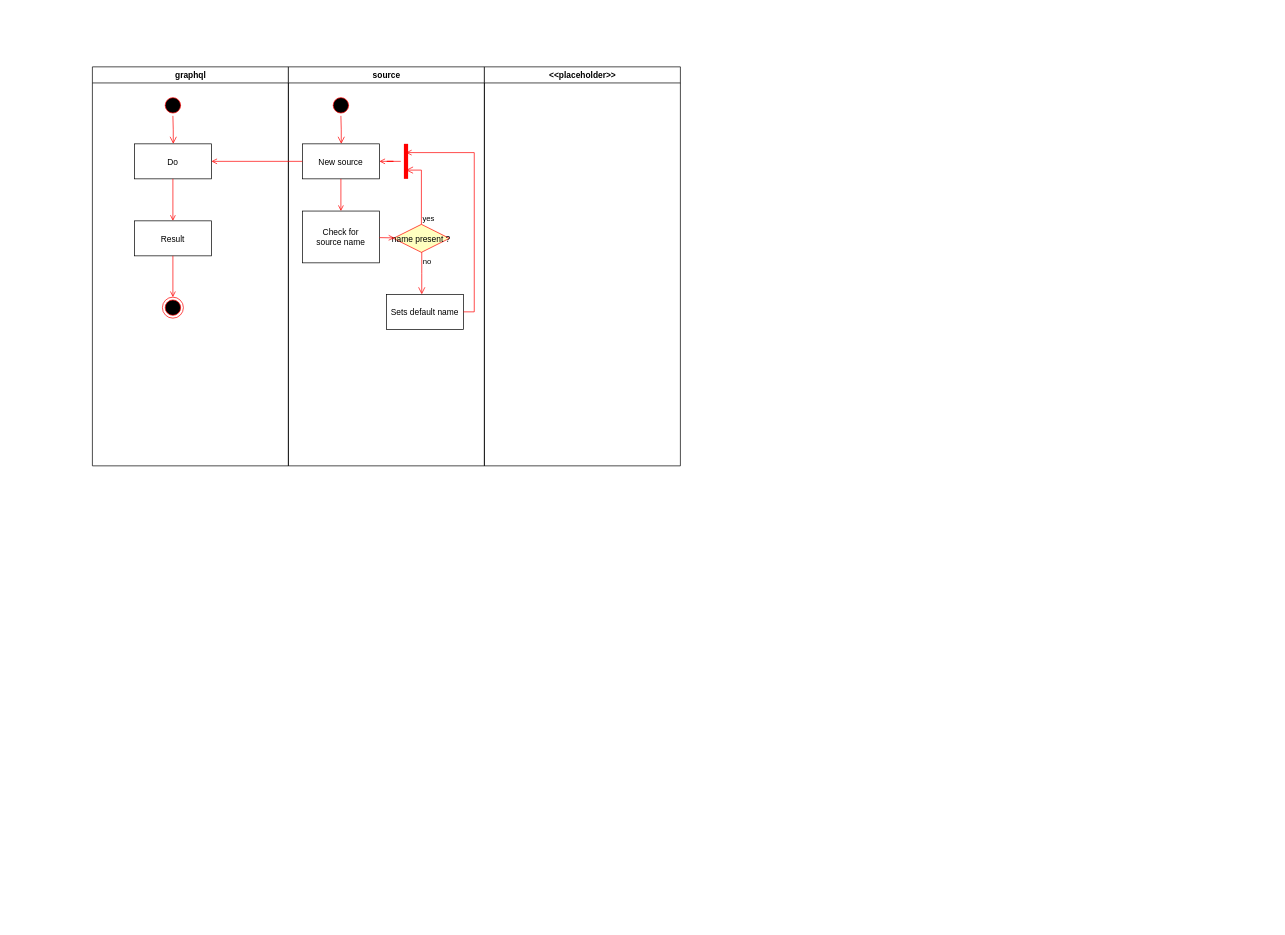
chris-ramon/thesis-graphql-go keeps this draw.io diagram as architecture/uml/activity/graphql-graphql-go-architecture-activity.drawio. Above is the earlier version. Source tidied: cells renumbered, new cells numbered last; positions are measured from the earlier drawing's top-left corner, leaving out a move shared by most shapes. Both pictures are drawn from the tidied source at 70%, with x=0, y=0 at pixel (92, 66).
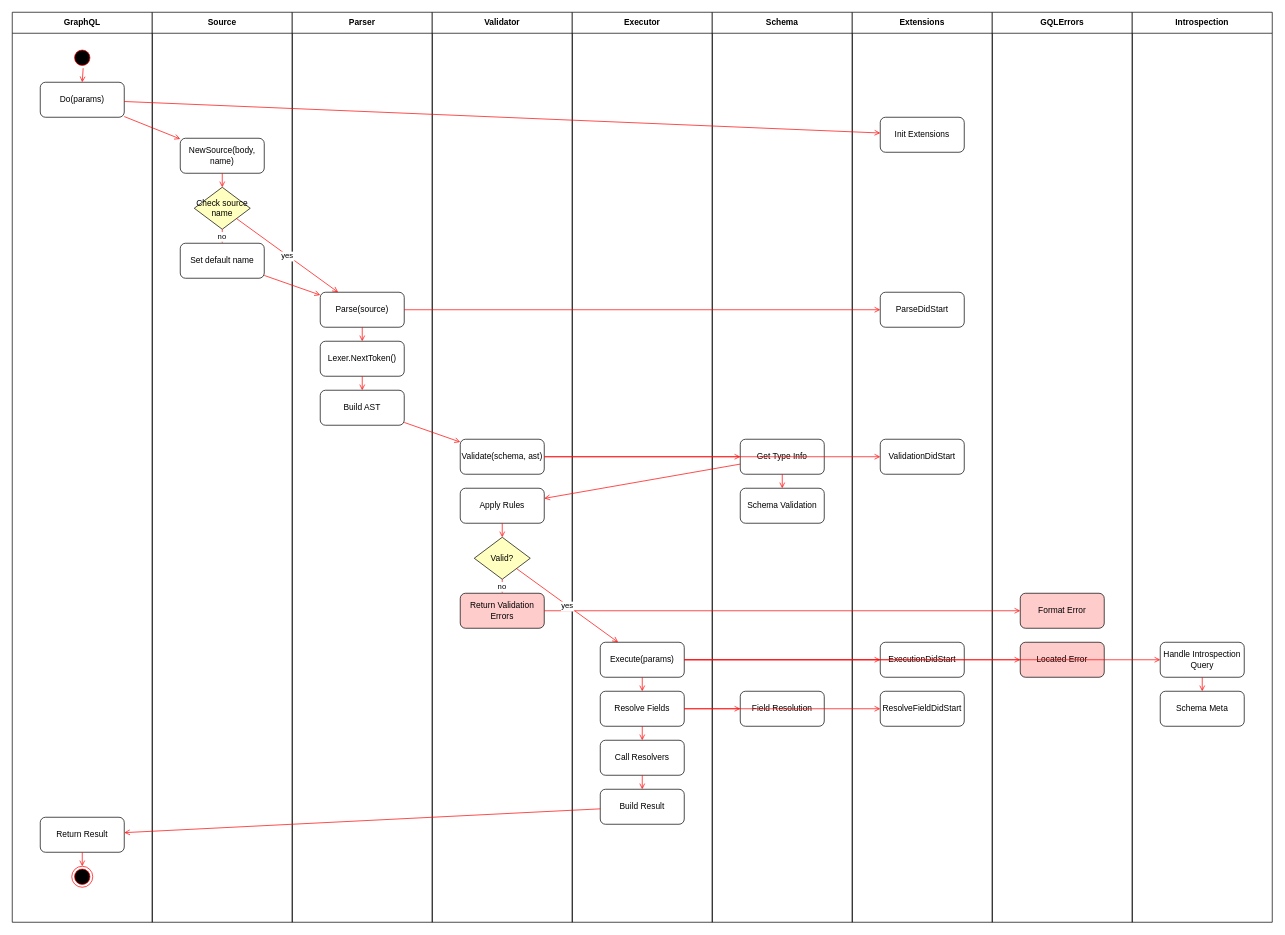
The same page after the edit.

Commit message:
Complete UML activity architecture diagram with all GraphQL components

Diff of the diagram source:
```diff
@@
-    <mxCell id="2" value="graphql" style="swimlane;whiteSpace=wrap;" parent="1" vertex="1">
-      <mxGeometry x="0.5" width="280" height="570" as="geometry" />
-    </mxCell>
-    <mxCell id="3" style="ellipse;shape=startState;fillColor=#000000;strokeColor=#ff0000;" parent="2" vertex="1">
-      <mxGeometry x="100" y="40" width="30" height="30" as="geometry" />
-    </mxCell>
-    <mxCell id="4" style="edgeStyle=elbowEdgeStyle;elbow=horizontal;verticalAlign=bottom;endArrow=open;endSize=8;strokeColor=#FF0000;endFill=1;rounded=0;" parent="2" edge="1" source="3" target="5">
-      <mxGeometry x="100" y="40" as="geometry" />
-    </mxCell>
-    <mxCell id="5" value="Do" parent="2" vertex="1">
-      <mxGeometry x="60" y="110" width="110" height="50" as="geometry" />
-    </mxCell>
-    <mxCell id="6" value="Result" parent="2" vertex="1">
-      <mxGeometry x="60" y="220" width="110" height="50" as="geometry" />
-    </mxCell>
-    <mxCell id="7" style="endArrow=open;strokeColor=#FF0000;endFill=1;rounded=0;" parent="2" edge="1" source="5" target="6">
-      <mxGeometry relative="1" as="geometry" />
-    </mxCell>
-    <mxCell id="8" style="ellipse;shape=endState;fillColor=#000000;strokeColor=#ff0000;" parent="2" vertex="1">
-      <mxGeometry x="100" y="329" width="30" height="30" as="geometry" />
-    </mxCell>
-    <mxCell id="9" style="endArrow=open;strokeColor=#FF0000;endFill=1;rounded=0;exitX=0.5;exitY=1;exitDx=0;exitDy=0;" parent="2" edge="1" source="6" target="8">
-      <mxGeometry relative="1" as="geometry" />
-    </mxCell>
-    <mxCell id="10" value="source" style="swimlane;whiteSpace=wrap;startSize=23;" parent="1" vertex="1">
-      <mxGeometry x="280.5" width="280" height="570" as="geometry" />
-    </mxCell>
-    <mxCell id="11" style="ellipse;shape=startState;fillColor=#000000;strokeColor=#ff0000;" parent="10" vertex="1">
-      <mxGeometry x="60" y="40" width="30" height="30" as="geometry" />
-    </mxCell>
-    <mxCell id="12" style="edgeStyle=elbowEdgeStyle;elbow=horizontal;verticalAlign=bottom;endArrow=open;endSize=8;strokeColor=#FF0000;endFill=1;rounded=0;" parent="10" edge="1" source="11" target="13">
-      <mxGeometry x="40" y="20" as="geometry" />
-    </mxCell>
-    <mxCell id="13" value="New source" parent="10" vertex="1">
-      <mxGeometry x="20" y="110" width="110" height="50" as="geometry" />
-    </mxCell>
-    <mxCell id="14" value="Check for&#10;source name" style="direction=south;" parent="10" vertex="1">
-      <mxGeometry x="20" y="206" width="110" height="74" as="geometry" />
-    </mxCell>
-    <mxCell id="15" style="endArrow=open;strokeColor=#FF0000;endFill=1;rounded=0;" parent="10" edge="1" source="13" target="14">
-      <mxGeometry relative="1" as="geometry" />
-    </mxCell>
-    <mxCell id="16" value="name present ?" style="rhombus;fillColor=#ffffc0;strokeColor=#ff0000;" parent="10" vertex="1">
-      <mxGeometry x="150" y="225" width="80" height="40" as="geometry" />
-    </mxCell>
-    <mxCell id="17" value="no" style="edgeStyle=elbowEdgeStyle;elbow=horizontal;align=left;verticalAlign=top;endArrow=open;endSize=8;strokeColor=#FF0000;endFill=1;rounded=0;" parent="10" edge="1" source="16" target="19">
-      <mxGeometry x="-1" relative="1" as="geometry" />
-    </mxCell>
-    <mxCell id="18" style="endArrow=open;strokeColor=#FF0000;endFill=1;rounded=0;" parent="10" edge="1" source="14" target="16">
-      <mxGeometry relative="1" as="geometry" />
-    </mxCell>
-    <mxCell id="19" value="Sets default name" parent="10" vertex="1">
-      <mxGeometry x="140" y="325" width="110" height="50" as="geometry" />
-    </mxCell>
-    <mxCell id="20" value="&lt;&lt;placeholder&gt;&gt;" style="swimlane;whiteSpace=wrap;" parent="1" vertex="1">
-      <mxGeometry x="560.5" width="280" height="570" as="geometry" />
-    </mxCell>
-    <mxCell id="21" style="endArrow=open;strokeColor=#FF0000;endFill=1;rounded=0;entryX=1;entryY=0.5;entryDx=0;entryDy=0;exitX=0;exitY=0.5;exitDx=0;exitDy=0;" parent="1" edge="1" source="13" target="5">
-      <mxGeometry relative="1" as="geometry" />
-    </mxCell>
-    <mxCell id="22" value="yes" style="edgeStyle=elbowEdgeStyle;elbow=horizontal;align=left;verticalAlign=bottom;endArrow=open;endSize=8;strokeColor=#FF0000;exitX=0.5;exitY=0;endFill=1;rounded=0;entryX=0.75;entryY=0.5;entryDx=0;entryDy=0;entryPerimeter=0;" parent="1" edge="1" target="24">
-      <mxGeometry x="-1" relative="1" as="geometry">
-        <mxPoint x="470.5" y="225" as="sourcePoint" />
-        <Array as="points">
-          <mxPoint x="470.5" y="180" />
-        </Array>
-      </mxGeometry>
-    </mxCell>
-    <mxCell id="23" style="edgeStyle=orthogonalEdgeStyle;rounded=0;jettySize=auto;html=1;strokeColor=#FF0000;endArrow=open;endFill=0;" parent="1" edge="1" source="24" target="13">
-      <mxGeometry relative="1" as="geometry" />
-    </mxCell>
-    <mxCell id="24" style="shape=line;strokeWidth=6;strokeColor=#ff0000;rotation=90;" parent="1" vertex="1">
-      <mxGeometry x="423.5" y="127.5" width="50" height="15" as="geometry" />
-    </mxCell>
-    <mxCell id="25" style="edgeStyle=orthogonalEdgeStyle;rounded=0;jettySize=auto;html=1;endArrow=open;endFill=0;strokeColor=#FF0000;entryX=0.25;entryY=0.5;entryDx=0;entryDy=0;entryPerimeter=0;" parent="1" edge="1" source="19" target="24">
-      <mxGeometry relative="1" as="geometry">
-        <Array as="points">
-          <mxPoint x="546" y="350" />
-          <mxPoint x="546" y="122" />
-        </Array>
-      </mxGeometry>
-    </mxCell>
+    <mxCell id="26" value="GraphQL" style="swimlane;whiteSpace=wrap;startSize=30;" parent="1" vertex="1">
+      <mxGeometry x="-114" y="-78" width="200" height="1300" as="geometry" />
+    </mxCell>
+    <mxCell id="27" style="ellipse;shape=startState;fillColor=#000000;strokeColor=#ff0000;" parent="26" vertex="1">
+      <mxGeometry x="85" y="50" width="30" height="30" as="geometry" />
+    </mxCell>
+    <mxCell id="28" value="Do(params)" style="rounded=1;whiteSpace=wrap;html=1;" parent="26" vertex="1">
+      <mxGeometry x="40" y="100" width="120" height="50" as="geometry" />
+    </mxCell>
+    <mxCell id="29" value="Return Result" style="rounded=1;whiteSpace=wrap;html=1;" parent="26" vertex="1">
+      <mxGeometry x="40" y="1150" width="120" height="50" as="geometry" />
+    </mxCell>
+    <mxCell id="30" style="ellipse;shape=endState;fillColor=#000000;strokeColor=#ff0000;" parent="26" vertex="1">
+      <mxGeometry x="85" y="1220" width="30" height="30" as="geometry" />
+    </mxCell>
+    <mxCell id="31" value="Source" style="swimlane;whiteSpace=wrap;startSize=30;" parent="1" vertex="1">
+      <mxGeometry x="86" y="-78" width="200" height="1300" as="geometry" />
+    </mxCell>
+    <mxCell id="32" value="NewSource(body, name)" style="rounded=1;whiteSpace=wrap;html=1;" parent="31" vertex="1">
+      <mxGeometry x="40" y="180" width="120" height="50" as="geometry" />
+    </mxCell>
+    <mxCell id="33" value="Check source name" style="rhombus;whiteSpace=wrap;html=1;fillColor=#ffffc0;" parent="31" vertex="1">
+      <mxGeometry x="60" y="250" width="80" height="60" as="geometry" />
+    </mxCell>
+    <mxCell id="34" value="Set default name" style="rounded=1;whiteSpace=wrap;html=1;" parent="31" vertex="1">
+      <mxGeometry x="40" y="330" width="120" height="50" as="geometry" />
+    </mxCell>
+    <mxCell id="35" value="Parser" style="swimlane;whiteSpace=wrap;startSize=30;" parent="1" vertex="1">
+      <mxGeometry x="286" y="-78" width="200" height="1300" as="geometry" />
+    </mxCell>
+    <mxCell id="36" value="Parse(source)" style="rounded=1;whiteSpace=wrap;html=1;" parent="35" vertex="1">
+      <mxGeometry x="40" y="400" width="120" height="50" as="geometry" />
+    </mxCell>
+    <mxCell id="37" value="Lexer.NextToken()" style="rounded=1;whiteSpace=wrap;html=1;" parent="35" vertex="1">
+      <mxGeometry x="40" y="470" width="120" height="50" as="geometry" />
+    </mxCell>
+    <mxCell id="38" value="Build AST" style="rounded=1;whiteSpace=wrap;html=1;" parent="35" vertex="1">
+      <mxGeometry x="40" y="540" width="120" height="50" as="geometry" />
+    </mxCell>
+    <mxCell id="39" value="Validator" style="swimlane;whiteSpace=wrap;startSize=30;" parent="1" vertex="1">
+      <mxGeometry x="486" y="-78" width="200" height="1300" as="geometry" />
+    </mxCell>
+    <mxCell id="40" value="Validate(schema, ast)" style="rounded=1;whiteSpace=wrap;html=1;" parent="39" vertex="1">
+      <mxGeometry x="40" y="610" width="120" height="50" as="geometry" />
+    </mxCell>
+    <mxCell id="41" value="Apply Rules" style="rounded=1;whiteSpace=wrap;html=1;" parent="39" vertex="1">
+      <mxGeometry x="40" y="680" width="120" height="50" as="geometry" />
+    </mxCell>
+    <mxCell id="42" value="Valid?" style="rhombus;whiteSpace=wrap;html=1;fillColor=#ffffc0;" parent="39" vertex="1">
+      <mxGeometry x="60" y="750" width="80" height="60" as="geometry" />
+    </mxCell>
+    <mxCell id="43" value="Return Validation Errors" style="rounded=1;whiteSpace=wrap;html=1;fillColor=#ffcccc;" parent="39" vertex="1">
+      <mxGeometry x="40" y="830" width="120" height="50" as="geometry" />
+    </mxCell>
+    <mxCell id="44" value="Executor" style="swimlane;whiteSpace=wrap;startSize=30;" parent="1" vertex="1">
+      <mxGeometry x="686" y="-78" width="200" height="1300" as="geometry" />
+    </mxCell>
+    <mxCell id="45" value="Execute(params)" style="rounded=1;whiteSpace=wrap;html=1;" parent="44" vertex="1">
+      <mxGeometry x="40" y="900" width="120" height="50" as="geometry" />
+    </mxCell>
+    <mxCell id="46" value="Resolve Fields" style="rounded=1;whiteSpace=wrap;html=1;" parent="44" vertex="1">
+      <mxGeometry x="40" y="970" width="120" height="50" as="geometry" />
+    </mxCell>
+    <mxCell id="47" value="Call Resolvers" style="rounded=1;whiteSpace=wrap;html=1;" parent="44" vertex="1">
+      <mxGeometry x="40" y="1040" width="120" height="50" as="geometry" />
+    </mxCell>
+    <mxCell id="48" value="Build Result" style="rounded=1;whiteSpace=wrap;html=1;" parent="44" vertex="1">
+      <mxGeometry x="40" y="1110" width="120" height="50" as="geometry" />
+    </mxCell>
+    <mxCell id="49" value="Schema" style="swimlane;whiteSpace=wrap;startSize=30;" parent="1" vertex="1">
+      <mxGeometry x="886" y="-78" width="200" height="1300" as="geometry" />
+    </mxCell>
+    <mxCell id="50" value="Get Type Info" style="rounded=1;whiteSpace=wrap;html=1;" parent="49" vertex="1">
+      <mxGeometry x="40" y="610" width="120" height="50" as="geometry" />
+    </mxCell>
+    <mxCell id="51" value="Schema Validation" style="rounded=1;whiteSpace=wrap;html=1;" parent="49" vertex="1">
+      <mxGeometry x="40" y="680" width="120" height="50" as="geometry" />
+    </mxCell>
+    <mxCell id="52" value="Field Resolution" style="rounded=1;whiteSpace=wrap;html=1;" parent="49" vertex="1">
+      <mxGeometry x="40" y="970" width="120" height="50" as="geometry" />
+    </mxCell>
+    <mxCell id="53" value="Extensions" style="swimlane;whiteSpace=wrap;startSize=30;" parent="1" vertex="1">
+      <mxGeometry x="1086" y="-78" width="200" height="1300" as="geometry" />
+    </mxCell>
+    <mxCell id="54" value="Init Extensions" style="rounded=1;whiteSpace=wrap;html=1;" parent="53" vertex="1">
+      <mxGeometry x="40" y="150" width="120" height="50" as="geometry" />
+    </mxCell>
+    <mxCell id="55" value="ParseDidStart" style="rounded=1;whiteSpace=wrap;html=1;" parent="53" vertex="1">
+      <mxGeometry x="40" y="400" width="120" height="50" as="geometry" />
+    </mxCell>
+    <mxCell id="56" value="ValidationDidStart" style="rounded=1;whiteSpace=wrap;html=1;" parent="53" vertex="1">
+      <mxGeometry x="40" y="610" width="120" height="50" as="geometry" />
+    </mxCell>
+    <mxCell id="57" value="ExecutionDidStart" style="rounded=1;whiteSpace=wrap;html=1;" parent="53" vertex="1">
+      <mxGeometry x="40" y="900" width="120" height="50" as="geometry" />
+    </mxCell>
+    <mxCell id="58" value="ResolveFieldDidStart" style="rounded=1;whiteSpace=wrap;html=1;" parent="53" vertex="1">
+      <mxGeometry x="40" y="970" width="120" height="50" as="geometry" />
+    </mxCell>
+    <mxCell id="59" value="GQLErrors" style="swimlane;whiteSpace=wrap;startSize=30;" parent="1" vertex="1">
+      <mxGeometry x="1286" y="-78" width="200" height="1300" as="geometry" />
+    </mxCell>
+    <mxCell id="60" value="Format Error" style="rounded=1;whiteSpace=wrap;html=1;fillColor=#ffcccc;" parent="59" vertex="1">
+      <mxGeometry x="40" y="830" width="120" height="50" as="geometry" />
+    </mxCell>
+    <mxCell id="61" value="Located Error" style="rounded=1;whiteSpace=wrap;html=1;fillColor=#ffcccc;" parent="59" vertex="1">
+      <mxGeometry x="40" y="900" width="120" height="50" as="geometry" />
+    </mxCell>
+    <mxCell id="62" value="Introspection" style="swimlane;whiteSpace=wrap;startSize=30;" parent="1" vertex="1">
+      <mxGeometry x="1486" y="-78" width="200" height="1300" as="geometry" />
+    </mxCell>
+    <mxCell id="63" value="Handle Introspection Query" style="rounded=1;whiteSpace=wrap;html=1;" parent="62" vertex="1">
+      <mxGeometry x="40" y="900" width="120" height="50" as="geometry" />
+    </mxCell>
+    <mxCell id="64" value="Schema Meta" style="rounded=1;whiteSpace=wrap;html=1;" parent="62" vertex="1">
+      <mxGeometry x="40" y="970" width="120" height="50" as="geometry" />
+    </mxCell>
+    <mxCell id="65" style="endArrow=open;strokeColor=#FF0000;endFill=1;rounded=0;" parent="1" edge="1" source="27" target="28">
+      <mxGeometry relative="1" as="geometry" />
+    </mxCell>
+    <mxCell id="66" style="endArrow=open;strokeColor=#FF0000;endFill=1;rounded=0;" parent="1" edge="1" source="28" target="32">
+      <mxGeometry relative="1" as="geometry" />
+    </mxCell>
+    <mxCell id="67" style="endArrow=open;strokeColor=#FF0000;endFill=1;rounded=0;" parent="1" edge="1" source="28" target="54">
+      <mxGeometry relative="1" as="geometry" />
+    </mxCell>
+    <mxCell id="68" style="endArrow=open;strokeColor=#FF0000;endFill=1;rounded=0;" parent="1" edge="1" source="32" target="33">
+      <mxGeometry relative="1" as="geometry" />
+    </mxCell>
+    <mxCell id="69" value="no" style="endArrow=open;strokeColor=#FF0000;endFill=1;rounded=0;" parent="1" edge="1" source="33" target="34">
+      <mxGeometry relative="1" as="geometry" />
+    </mxCell>
+    <mxCell id="70" style="endArrow=open;strokeColor=#FF0000;endFill=1;rounded=0;" parent="1" edge="1" source="34" target="36">
+      <mxGeometry relative="1" as="geometry" />
+    </mxCell>
+    <mxCell id="71" value="yes" style="endArrow=open;strokeColor=#FF0000;endFill=1;rounded=0;" parent="1" edge="1" source="33" target="36">
+      <mxGeometry relative="1" as="geometry" />
+    </mxCell>
+    <mxCell id="72" style="endArrow=open;strokeColor=#FF0000;endFill=1;rounded=0;" parent="1" edge="1" source="36" target="37">
+      <mxGeometry relative="1" as="geometry" />
+    </mxCell>
+    <mxCell id="73" style="endArrow=open;strokeColor=#FF0000;endFill=1;rounded=0;" parent="1" edge="1" source="36" target="55">
+      <mxGeometry relative="1" as="geometry" />
+    </mxCell>
+    <mxCell id="74" style="endArrow=open;strokeColor=#FF0000;endFill=1;rounded=0;" parent="1" edge="1" source="37" target="38">
+      <mxGeometry relative="1" as="geometry" />
+    </mxCell>
+    <mxCell id="75" style="endArrow=open;strokeColor=#FF0000;endFill=1;rounded=0;" parent="1" edge="1" source="38" target="40">
+      <mxGeometry relative="1" as="geometry" />
+    </mxCell>
+    <mxCell id="76" style="endArrow=open;strokeColor=#FF0000;endFill=1;rounded=0;" parent="1" edge="1" source="40" target="50">
+      <mxGeometry relative="1" as="geometry" />
+    </mxCell>
+    <mxCell id="77" style="endArrow=open;strokeColor=#FF0000;endFill=1;rounded=0;" parent="1" edge="1" source="40" target="56">
+      <mxGeometry relative="1" as="geometry" />
+    </mxCell>
+    <mxCell id="78" style="endArrow=open;strokeColor=#FF0000;endFill=1;rounded=0;" parent="1" edge="1" source="50" target="41">
+      <mxGeometry relative="1" as="geometry" />
+    </mxCell>
+    <mxCell id="79" style="endArrow=open;strokeColor=#FF0000;endFill=1;rounded=0;" parent="1" edge="1" source="50" target="51">
+      <mxGeometry relative="1" as="geometry" />
+    </mxCell>
+    <mxCell id="80" style="endArrow=open;strokeColor=#FF0000;endFill=1;rounded=0;" parent="1" edge="1" source="41" target="42">
+      <mxGeometry relative="1" as="geometry" />
+    </mxCell>
+    <mxCell id="81" value="no" style="endArrow=open;strokeColor=#FF0000;endFill=1;rounded=0;" parent="1" edge="1" source="42" target="43">
+      <mxGeometry relative="1" as="geometry" />
+    </mxCell>
+    <mxCell id="82" style="endArrow=open;strokeColor=#FF0000;endFill=1;rounded=0;" parent="1" edge="1" source="43" target="60">
+      <mxGeometry relative="1" as="geometry" />
+    </mxCell>
+    <mxCell id="83" value="yes" style="endArrow=open;strokeColor=#FF0000;endFill=1;rounded=0;" parent="1" edge="1" source="42" target="45">
+      <mxGeometry relative="1" as="geometry" />
+    </mxCell>
+    <mxCell id="84" style="endArrow=open;strokeColor=#FF0000;endFill=1;rounded=0;" parent="1" edge="1" source="45" target="57">
+      <mxGeometry relative="1" as="geometry" />
+    </mxCell>
+    <mxCell id="85" style="endArrow=open;strokeColor=#FF0000;endFill=1;rounded=0;" parent="1" edge="1" source="45" target="61">
+      <mxGeometry relative="1" as="geometry" />
+    </mxCell>
+    <mxCell id="86" style="endArrow=open;strokeColor=#FF0000;endFill=1;rounded=0;" parent="1" edge="1" source="45" target="63">
+      <mxGeometry relative="1" as="geometry" />
+    </mxCell>
+    <mxCell id="87" style="endArrow=open;strokeColor=#FF0000;endFill=1;rounded=0;" parent="1" edge="1" source="45" target="46">
+      <mxGeometry relative="1" as="geometry" />
+    </mxCell>
+    <mxCell id="88" style="endArrow=open;strokeColor=#FF0000;endFill=1;rounded=0;" parent="1" edge="1" source="46" target="52">
+      <mxGeometry relative="1" as="geometry" />
+    </mxCell>
+    <mxCell id="89" style="endArrow=open;strokeColor=#FF0000;endFill=1;rounded=0;" parent="1" edge="1" source="46" target="58">
+      <mxGeometry relative="1" as="geometry" />
+    </mxCell>
+    <mxCell id="90" style="endArrow=open;strokeColor=#FF0000;endFill=1;rounded=0;" parent="1" edge="1" source="46" target="47">
+      <mxGeometry relative="1" as="geometry" />
+    </mxCell>
+    <mxCell id="91" style="endArrow=open;strokeColor=#FF0000;endFill=1;rounded=0;" parent="1" edge="1" source="63" target="64">
+      <mxGeometry relative="1" as="geometry" />
+    </mxCell>
+    <mxCell id="92" style="endArrow=open;strokeColor=#FF0000;endFill=1;rounded=0;" parent="1" edge="1" source="47" target="48">
+      <mxGeometry relative="1" as="geometry" />
+    </mxCell>
+    <mxCell id="93" style="endArrow=open;strokeColor=#FF0000;endFill=1;rounded=0;" parent="1" edge="1" source="48" target="29">
+      <mxGeometry relative="1" as="geometry" />
+    </mxCell>
+    <mxCell id="94" style="endArrow=open;strokeColor=#FF0000;endFill=1;rounded=0;" parent="1" edge="1" source="29" target="30">
+      <mxGeometry relative="1" as="geometry" />
+    </mxCell>
```
